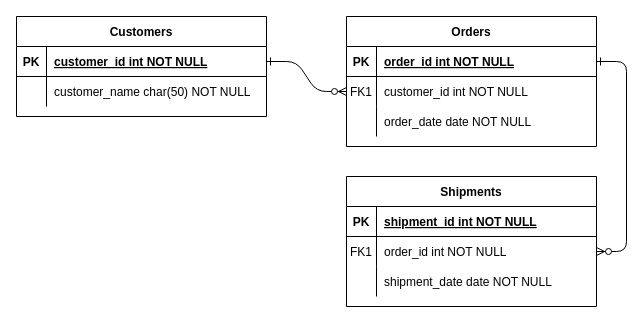
lrnewsom/learn-celestial-bodies-database keeps this draw.io diagram as Untitled Diagram.drawio. Above is the earlier version. Source tidied: cells renumbered, new cells numbered last; positions are measured from the earlier drawing's top-left corner, leaving out a move shared by most shapes. Both pictures are drawn from the tidied source at 100%, with x=0, y=0 at pixel (16, 16).
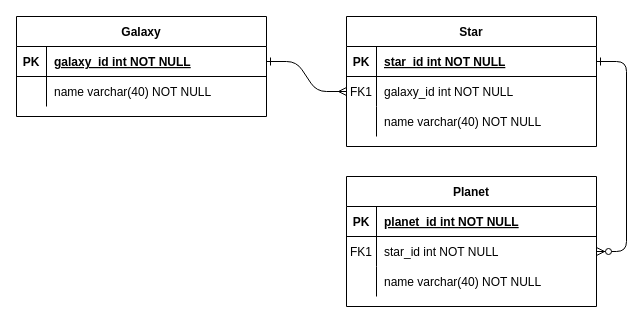
The same page after the edit.

The change refers to these unchanged cells:
```xml
<mxCell id="5" style="shape=partialRectangle;fillColor=none;points=[[0,0.5],[1,0.5]];portConstraint=eastwest;top=0;left=0;right=0;bottom=1;" parent="4" vertex="1">
  <mxGeometry y="30" width="250" height="30" as="geometry" />
</mxCell>
<mxCell id="8" style="shape=partialRectangle;fillColor=none;points=[[0,0.5],[1,0.5]];portConstraint=eastwest;top=0;left=0;right=0;bottom=0;" parent="4" vertex="1">
  <mxGeometry y="60" width="250" height="30" as="geometry" />
</mxCell>
<mxCell id="11" style="shape=partialRectangle;fillColor=none;top=0;left=0;right=0;bottom=0;" parent="4" vertex="1">
  <mxGeometry y="90" width="250" height="30" as="geometry" />
</mxCell>
<mxCell id="15" style="shape=partialRectangle;fillColor=none;top=0;left=0;right=0;bottom=1;" parent="14" vertex="1">
  <mxGeometry y="30" width="250" height="30" as="geometry" />
</mxCell>
<mxCell id="18" style="shape=partialRectangle;fillColor=none;points=[[0,0.5],[1,0.5]];portConstraint=eastwest;top=0;left=0;right=0;bottom=0;" parent="14" vertex="1">
  <mxGeometry y="60" width="250" height="30" as="geometry" />
</mxCell>
<mxCell id="21" style="shape=partialRectangle;fillColor=none;top=0;left=0;right=0;bottom=0;" parent="14" vertex="1">
  <mxGeometry y="90" width="250" height="30" as="geometry" />
</mxCell>
<mxCell id="25" style="shape=partialRectangle;fillColor=none;points=[[0,0.5],[1,0.5]];portConstraint=eastwest;top=0;left=0;right=0;bottom=1;" parent="24" vertex="1">
  <mxGeometry y="30" width="250" height="30" as="geometry" />
</mxCell>
<mxCell id="28" style="shape=partialRectangle;fillColor=none;top=0;left=0;right=0;bottom=0;" parent="24" vertex="1">
  <mxGeometry y="60" width="250" height="30" as="geometry" />
</mxCell>
```

What changed in the source:
```diff
@@
-    <mxCell id="2" style="edgeStyle=entityRelationEdgeStyle;endArrow=ERzeroToMany;startArrow=ERone;endFill=1;startFill=0;" parent="1" edge="1" source="25" target="8">
+    <mxCell id="2" style="edgeStyle=entityRelationEdgeStyle;endArrow=ERmany;startArrow=ERone;endFill=0;startFill=0;" parent="1" edge="1" source="25" target="8">
       <mxGeometry relative="1" as="geometry" />
     </mxCell>
@@
-    <mxCell id="4" value="Orders" style="shape=table;startSize=30;childLayout=tableLayout;rowLines=0;fontStyle=1;align=center;" parent="1" vertex="1">
+    <mxCell id="4" value="Star" style="shape=table;startSize=30;childLayout=tableLayout;rowLines=0;fontStyle=1;align=center;" parent="1" vertex="1">
       <mxGeometry x="330" width="250" height="130" as="geometry" />
     </mxCell>
@@
-    <mxCell id="7" value="order_id int NOT NULL " style="shape=partialRectangle;overflow=hidden;fillColor=none;top=0;left=0;bottom=0;right=0;align=left;spacingLeft=6;fontStyle=5;" parent="5" vertex="1">
+    <mxCell id="7" value="star_id int NOT NULL " style="shape=partialRectangle;overflow=hidden;fillColor=none;top=0;left=0;bottom=0;right=0;align=left;spacingLeft=6;fontStyle=5;" parent="5" vertex="1">
       <mxGeometry x="30" width="220" height="30" as="geometry" />
     </mxCell>
@@
-    <mxCell id="10" value="customer_id int NOT NULL" style="shape=partialRectangle;overflow=hidden;fillColor=none;top=0;left=0;bottom=0;right=0;align=left;spacingLeft=6;" parent="8" vertex="1">
+    <mxCell id="10" value="galaxy_id int NOT NULL" style="shape=partialRectangle;overflow=hidden;fillColor=none;top=0;left=0;bottom=0;right=0;align=left;spacingLeft=6;" parent="8" vertex="1">
       <mxGeometry x="30" width="220" height="30" as="geometry" />
     </mxCell>
@@
-    <mxCell id="13" value="order_date date NOT NULL" style="shape=partialRectangle;overflow=hidden;fillColor=none;top=0;left=0;bottom=0;right=0;align=left;spacingLeft=6;" parent="11" vertex="1">
+    <mxCell id="13" value="name varchar(40) NOT NULL" style="shape=partialRectangle;overflow=hidden;fillColor=none;top=0;left=0;bottom=0;right=0;align=left;spacingLeft=6;" parent="11" vertex="1">
       <mxGeometry x="30" width="220" height="30" as="geometry" />
     </mxCell>
-    <mxCell id="14" value="Shipments" style="shape=table;startSize=30;childLayout=tableLayout;rowLines=0;fontStyle=1;align=center;" parent="1" vertex="1">
+    <mxCell id="14" value="Planet" style="shape=table;startSize=30;childLayout=tableLayout;rowLines=0;fontStyle=1;align=center;" parent="1" vertex="1">
       <mxGeometry x="330" y="160" width="250" height="130" as="geometry" />
     </mxCell>
@@
-    <mxCell id="17" value="shipment_id int NOT NULL " style="shape=partialRectangle;overflow=hidden;fillColor=none;top=0;left=0;bottom=0;right=0;align=left;spacingLeft=6;fontStyle=5;" parent="15" vertex="1">
+    <mxCell id="17" value="planet_id int NOT NULL " style="shape=partialRectangle;overflow=hidden;fillColor=none;top=0;left=0;bottom=0;right=0;align=left;spacingLeft=6;fontStyle=5;" parent="15" vertex="1">
       <mxGeometry x="30" width="220" height="30" as="geometry" />
     </mxCell>
@@
-    <mxCell id="20" value="order_id int NOT NULL" style="shape=partialRectangle;overflow=hidden;fillColor=none;top=0;left=0;bottom=0;right=0;align=left;spacingLeft=6;" parent="18" vertex="1">
+    <mxCell id="20" value="star_id int NOT NULL" style="shape=partialRectangle;overflow=hidden;fillColor=none;top=0;left=0;bottom=0;right=0;align=left;spacingLeft=6;" parent="18" vertex="1">
       <mxGeometry x="30" width="220" height="30" as="geometry" />
     </mxCell>
@@
-    <mxCell id="23" value="shipment_date date NOT NULL" style="shape=partialRectangle;overflow=hidden;fillColor=none;top=0;left=0;bottom=0;right=0;align=left;spacingLeft=6;" parent="21" vertex="1">
+    <mxCell id="23" value="name varchar(40) NOT NULL" style="shape=partialRectangle;overflow=hidden;fillColor=none;top=0;left=0;bottom=0;right=0;align=left;spacingLeft=6;" parent="21" vertex="1">
       <mxGeometry x="30" width="220" height="30" as="geometry" />
     </mxCell>
-    <mxCell id="24" value="Customers" style="shape=table;startSize=30;childLayout=tableLayout;rowLines=0;fontStyle=1;align=center;" parent="1" vertex="1">
+    <mxCell id="24" value="Galaxy" style="shape=table;startSize=30;childLayout=tableLayout;rowLines=0;fontStyle=1;align=center;" parent="1" vertex="1">
       <mxGeometry width="250" height="100" as="geometry" />
     </mxCell>
@@
-    <mxCell id="27" value="customer_id int NOT NULL " style="shape=partialRectangle;overflow=hidden;fillColor=none;top=0;left=0;bottom=0;right=0;align=left;spacingLeft=6;fontStyle=5;" parent="25" vertex="1">
+    <mxCell id="27" value="galaxy_id int NOT NULL " style="shape=partialRectangle;overflow=hidden;fillColor=none;top=0;left=0;bottom=0;right=0;align=left;spacingLeft=6;fontStyle=5;" parent="25" vertex="1">
       <mxGeometry x="30" width="220" height="30" as="geometry" />
     </mxCell>
@@
-    <mxCell id="30" value="customer_name char(50) NOT NULL" style="shape=partialRectangle;overflow=hidden;fillColor=none;top=0;left=0;bottom=0;right=0;align=left;spacingLeft=6;" parent="28" vertex="1">
+    <mxCell id="30" value="name varchar(40) NOT NULL" style="shape=partialRectangle;overflow=hidden;fillColor=none;top=0;left=0;bottom=0;right=0;align=left;spacingLeft=6;" parent="28" vertex="1">
       <mxGeometry x="30" width="220" height="30" as="geometry" />
     </mxCell>
```
